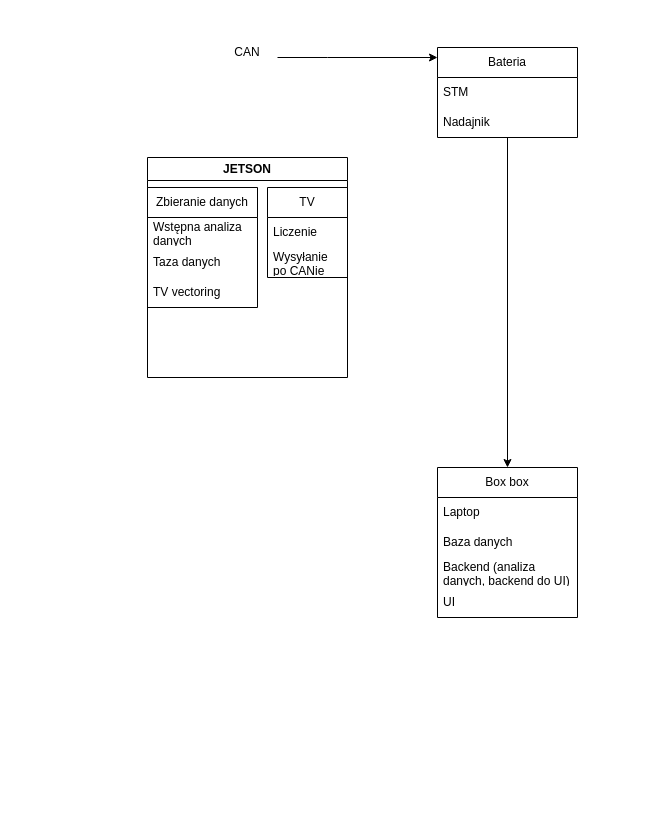
Before: Diagramme sans nom.drawio in Dusnzik/graph, a draw.io diagram. Source tidied: cells renumbered, new cells numbered last; positions are measured from the earlier drawing's top-left corner, leaving out a move shared by most shapes. Both pictures are drawn from the tidied source at 100%, with x=0, y=0 at pixel (147, 37).
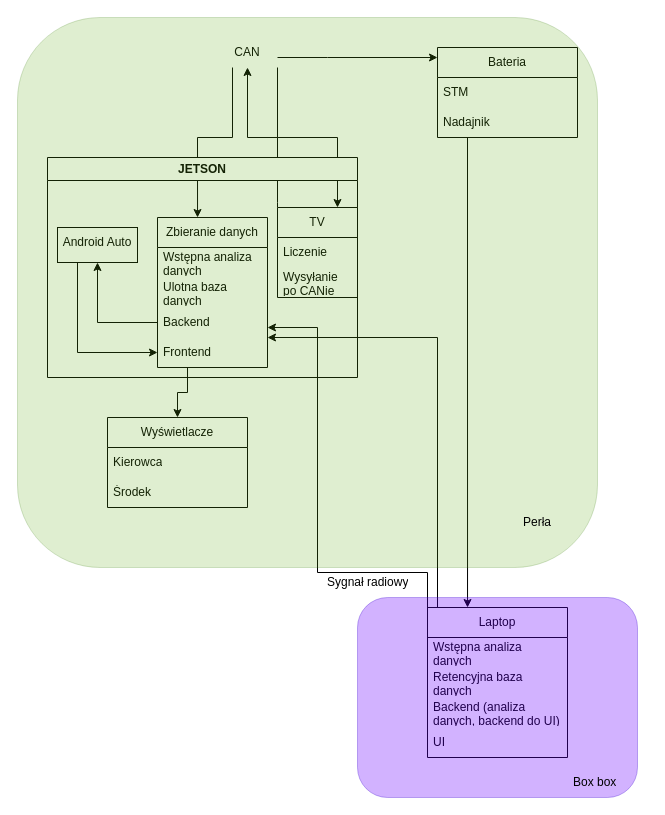
The same page after the edit.

Unchanged cells that the change refers to:
```xml
<mxCell id="2" value="CAN" style="text;html=1;align=center;verticalAlign=middle;whiteSpace=wrap;rounded=0;" parent="1" vertex="1">
  <mxGeometry x="70" width="60" height="30" as="geometry" />
</mxCell>
<mxCell id="6" value="Nadajnik" style="text;strokeColor=none;fillColor=none;align=left;verticalAlign=middle;spacingLeft=4;spacingRight=4;overflow=hidden;points=[[0,0.5],[1,0.5]];portConstraint=eastwest;whiteSpace=wrap;html=1;" parent="4" vertex="1">
  <mxGeometry y="60" width="140" height="30" as="geometry" />
</mxCell>
<mxCell id="11" value="Backend (analiza danych, backend do UI)" style="text;strokeColor=none;fillColor=none;align=left;verticalAlign=middle;spacingLeft=4;spacingRight=4;overflow=hidden;points=[[0,0.5],[1,0.5]];portConstraint=eastwest;whiteSpace=wrap;html=1;" parent="8" vertex="1">
  <mxGeometry y="90" width="140" height="30" as="geometry" />
</mxCell>
```

Change to the diagram source:
```diff
@@
+    <mxCell id="21" style="edgeStyle=orthogonalEdgeStyle;rounded=0;jettySize=auto;html=1;exitX=0.25;exitY=1;exitDx=0;exitDy=0;entryX=0.364;entryY=0;entryDx=0;entryDy=0;entryPerimeter=0;" parent="1" edge="1" source="2" target="17">
+      <mxGeometry relative="1" as="geometry">
+        <Array as="points">
+          <mxPoint x="85" y="100" />
+          <mxPoint x="50" y="100" />
+        </Array>
+      </mxGeometry>
+    </mxCell>
+    <mxCell id="22" style="edgeStyle=orthogonalEdgeStyle;rounded=0;jettySize=auto;html=1;exitX=0;exitY=0;exitDx=0;exitDy=0;" parent="1" edge="1" source="14" target="2">
+      <mxGeometry relative="1" as="geometry">
+        <Array as="points">
+          <mxPoint x="130" y="165" />
+          <mxPoint x="130" y="100" />
+          <mxPoint x="100" y="100" />
+        </Array>
+      </mxGeometry>
+    </mxCell>
+    <mxCell id="23" style="edgeStyle=orthogonalEdgeStyle;rounded=0;jettySize=auto;html=1;exitX=1;exitY=1;exitDx=0;exitDy=0;entryX=0.75;entryY=0;entryDx=0;entryDy=0;" parent="1" edge="1" source="2" target="14">
+      <mxGeometry relative="1" as="geometry" />
+    </mxCell>
@@
-    <mxCell id="7" style="endArrow=classic;html=1;rounded=0;exitX=0.5;exitY=1;exitDx=0;exitDy=0;exitPerimeter=0;" parent="1" edge="1" source="6">
+    <mxCell id="7" style="endArrow=classic;html=1;rounded=0;entryX=0.286;entryY=0;entryDx=0;entryDy=0;entryPerimeter=0;" parent="1" edge="1" target="8">
       <mxGeometry relative="1" as="geometry">
-        <mxPoint x="360" y="430" as="targetPoint" />
+        <mxPoint x="320" y="100" as="sourcePoint" />
       </mxGeometry>
     </mxCell>
+    <mxCell id="24" style="edgeStyle=orthogonalEdgeStyle;rounded=0;jettySize=auto;html=1;exitX=0.25;exitY=0;exitDx=0;exitDy=0;" parent="1" edge="1" source="8" target="20">
+      <mxGeometry relative="1" as="geometry">
+        <Array as="points">
+          <mxPoint x="290" y="580" />
+          <mxPoint x="290" y="300" />
+        </Array>
+      </mxGeometry>
+    </mxCell>
-    <mxCell id="8" value="Box box" style="swimlane;fontStyle=0;horizontal=1;startSize=30;whiteSpace=wrap;html=1;" parent="1" vertex="1">
-      <mxGeometry x="290" y="430" width="140" height="150" as="geometry" />
+    <mxCell id="8" value="Laptop" style="swimlane;fontStyle=0;horizontal=1;startSize=30;whiteSpace=wrap;html=1;" parent="1" vertex="1">
+      <mxGeometry x="280" y="570" width="140" height="150" as="geometry" />
     </mxCell>
-    <mxCell id="9" value="Laptop" style="text;strokeColor=none;fillColor=none;align=left;verticalAlign=middle;spacingLeft=4;spacingRight=4;overflow=hidden;whiteSpace=wrap;html=1;" parent="8" vertex="1">
+    <mxCell id="9" value="Wstępna analiza danych" style="text;strokeColor=none;fillColor=none;align=left;verticalAlign=middle;spacingLeft=4;spacingRight=4;overflow=hidden;whiteSpace=wrap;html=1;" parent="8" vertex="1">
       <mxGeometry y="30" width="140" height="30" as="geometry" />
     </mxCell>
-    <mxCell id="10" value="Baza danych" style="text;strokeColor=none;fillColor=none;align=left;verticalAlign=middle;spacingLeft=4;spacingRight=4;overflow=hidden;whiteSpace=wrap;html=1;" parent="8" vertex="1">
+    <mxCell id="10" value="Retencyjna baza danych" style="text;strokeColor=none;fillColor=none;align=left;verticalAlign=middle;spacingLeft=4;spacingRight=4;overflow=hidden;whiteSpace=wrap;html=1;" parent="8" vertex="1">
       <mxGeometry y="60" width="140" height="30" as="geometry" />
     </mxCell>
@@
     <mxCell id="13" value="JETSON" style="swimlane;whiteSpace=wrap;html=1;" parent="1" vertex="1">
-      <mxGeometry y="120" width="200" height="220" as="geometry" />
+      <mxGeometry x="-100" y="120" width="310" height="220" as="geometry" />
     </mxCell>
     <mxCell id="14" value="TV" style="swimlane;fontStyle=0;horizontal=1;startSize=30;whiteSpace=wrap;html=1;" parent="13" vertex="1">
-      <mxGeometry x="120" y="30" width="80" height="90" as="geometry" />
+      <mxGeometry x="230" y="50" width="80" height="90" as="geometry" />
     </mxCell>
@@
     <mxCell id="17" value="Zbieranie danych" style="swimlane;fontStyle=0;horizontal=1;startSize=30;whiteSpace=wrap;html=1;" parent="13" vertex="1">
-      <mxGeometry y="30" width="110" height="120" as="geometry" />
+      <mxGeometry x="110" y="60" width="110" height="150" as="geometry" />
     </mxCell>
@@
-    <mxCell id="19" value="Taza danych&amp;nbsp;" style="text;strokeColor=none;fillColor=none;align=left;verticalAlign=middle;spacingLeft=4;spacingRight=4;overflow=hidden;whiteSpace=wrap;html=1;" parent="17" vertex="1">
+    <mxCell id="19" value="Ulotna baza danych" style="text;strokeColor=none;fillColor=none;align=left;verticalAlign=middle;spacingLeft=4;spacingRight=4;overflow=hidden;whiteSpace=wrap;html=1;" parent="17" vertex="1">
       <mxGeometry y="60" width="110" height="30" as="geometry" />
     </mxCell>
-    <mxCell id="20" value="TV vectoring" style="text;strokeColor=none;fillColor=none;align=left;verticalAlign=middle;spacingLeft=4;spacingRight=4;overflow=hidden;points=[[0,0.5],[1,0.5]];portConstraint=eastwest;whiteSpace=wrap;html=1;" parent="17" vertex="1">
+    <mxCell id="20" value="Backend" style="text;strokeColor=none;fillColor=none;align=left;verticalAlign=middle;spacingLeft=4;spacingRight=4;overflow=hidden;points=[[0,0.5],[1,0.5]];portConstraint=eastwest;whiteSpace=wrap;html=1;" parent="17" vertex="1">
       <mxGeometry y="90" width="110" height="30" as="geometry" />
     </mxCell>
+    <mxCell id="25" value="Frontend" style="text;strokeColor=none;fillColor=none;align=left;verticalAlign=middle;spacingLeft=4;spacingRight=4;overflow=hidden;points=[[0,0.5],[1,0.5]];portConstraint=eastwest;whiteSpace=wrap;html=1;" parent="17" vertex="1">
+      <mxGeometry y="120" width="110" height="30" as="geometry" />
+    </mxCell>
+    <mxCell id="26" style="edgeStyle=orthogonalEdgeStyle;rounded=0;jettySize=auto;html=1;exitX=0.25;exitY=1;exitDx=0;exitDy=0;entryX=0;entryY=0.5;entryDx=0;entryDy=0;" parent="13" edge="1" source="27" target="25">
+      <mxGeometry relative="1" as="geometry" />
+    </mxCell>
+    <mxCell id="27" style="rounded=0;whiteSpace=wrap;html=1;fillColor=none;" parent="13" vertex="1">
+      <mxGeometry x="10" y="70" width="80" height="35" as="geometry" />
+    </mxCell>
+    <mxCell id="28" value="Android Auto" style="text;html=1;align=center;verticalAlign=middle;whiteSpace=wrap;rounded=0;" parent="13" vertex="1">
+      <mxGeometry x="10" y="70" width="80" height="30" as="geometry" />
+    </mxCell>
+    <mxCell id="29" style="edgeStyle=orthogonalEdgeStyle;rounded=0;orthogonalLoop=1;jettySize=auto;html=1;exitX=0.5;exitY=1;exitDx=0;exitDy=0;" parent="13" edge="1" source="28" target="28">
+      <mxGeometry relative="1" as="geometry" />
+    </mxCell>
+    <mxCell id="30" style="edgeStyle=orthogonalEdgeStyle;rounded=0;jettySize=auto;html=1;exitX=0;exitY=0.5;exitDx=0;exitDy=0;entryX=0.5;entryY=1;entryDx=0;entryDy=0;" parent="13" edge="1" source="20" target="27">
+      <mxGeometry relative="1" as="geometry" />
+    </mxCell>
+    <mxCell id="31" style="edgeStyle=orthogonalEdgeStyle;rounded=0;jettySize=auto;html=1;exitX=0;exitY=0.5;exitDx=0;exitDy=0;entryX=1;entryY=0.667;entryDx=0;entryDy=0;entryPerimeter=0;" parent="1" edge="1" source="11" target="20">
+      <mxGeometry relative="1" as="geometry">
+        <Array as="points">
+          <mxPoint x="170" y="535" />
+          <mxPoint x="170" y="290" />
+        </Array>
+      </mxGeometry>
+    </mxCell>
+    <mxCell id="32" value="Wyświetlacze" style="swimlane;fontStyle=0;horizontal=1;startSize=30;whiteSpace=wrap;html=1;" parent="1" vertex="1">
+      <mxGeometry x="-40" y="380" width="140" height="90" as="geometry" />
+    </mxCell>
+    <mxCell id="33" value="Kierowca" style="text;strokeColor=none;fillColor=none;align=left;verticalAlign=middle;spacingLeft=4;spacingRight=4;overflow=hidden;whiteSpace=wrap;html=1;" parent="32" vertex="1">
+      <mxGeometry y="30" width="140" height="30" as="geometry" />
+    </mxCell>
+    <mxCell id="34" value="Środek" style="text;strokeColor=none;fillColor=none;align=left;verticalAlign=middle;spacingLeft=4;spacingRight=4;overflow=hidden;whiteSpace=wrap;html=1;" parent="32" vertex="1">
+      <mxGeometry y="60" width="140" height="30" as="geometry" />
+    </mxCell>
+    <mxCell id="35" style="edgeStyle=orthogonalEdgeStyle;rounded=0;jettySize=auto;html=1;exitX=0.273;exitY=1;exitDx=0;exitDy=0;exitPerimeter=0;" parent="1" edge="1" source="25" target="32">
+      <mxGeometry relative="1" as="geometry" />
+    </mxCell>
+    <mxCell id="36" style="rounded=1;whiteSpace=wrap;html=1;fillColor=#60a917;fontColor=#ffffff;strokeColor=#2D7600;opacity=20;" parent="1" vertex="1">
+      <mxGeometry x="-130" y="-20" width="580" height="550" as="geometry" />
+    </mxCell>
+    <mxCell id="37" value="Perła" style="text;strokeColor=none;fillColor=none;align=left;verticalAlign=middle;spacingLeft=4;spacingRight=4;overflow=hidden;whiteSpace=wrap;html=1;" parent="1" vertex="1">
+      <mxGeometry x="370" y="470" width="80" height="30" as="geometry" />
+    </mxCell>
+    <mxCell id="38" value="Sygnał radiowy" style="text;strokeColor=none;fillColor=none;align=left;verticalAlign=middle;spacingLeft=4;spacingRight=4;overflow=hidden;whiteSpace=wrap;html=1;" parent="1" vertex="1">
+      <mxGeometry x="174" y="530" width="140" height="30" as="geometry" />
+    </mxCell>
+    <mxCell id="39" style="rounded=1;whiteSpace=wrap;html=1;fillColor=#6a00ff;fontColor=#ffffff;strokeColor=#3700CC;opacity=30;" parent="1" vertex="1">
+      <mxGeometry x="210" y="560" width="280" height="200" as="geometry" />
+    </mxCell>
+    <mxCell id="40" value="Box box" style="text;strokeColor=none;fillColor=none;align=left;verticalAlign=middle;spacingLeft=4;spacingRight=4;overflow=hidden;whiteSpace=wrap;html=1;" parent="1" vertex="1">
+      <mxGeometry x="420" y="730" width="80" height="30" as="geometry" />
+    </mxCell>
```
